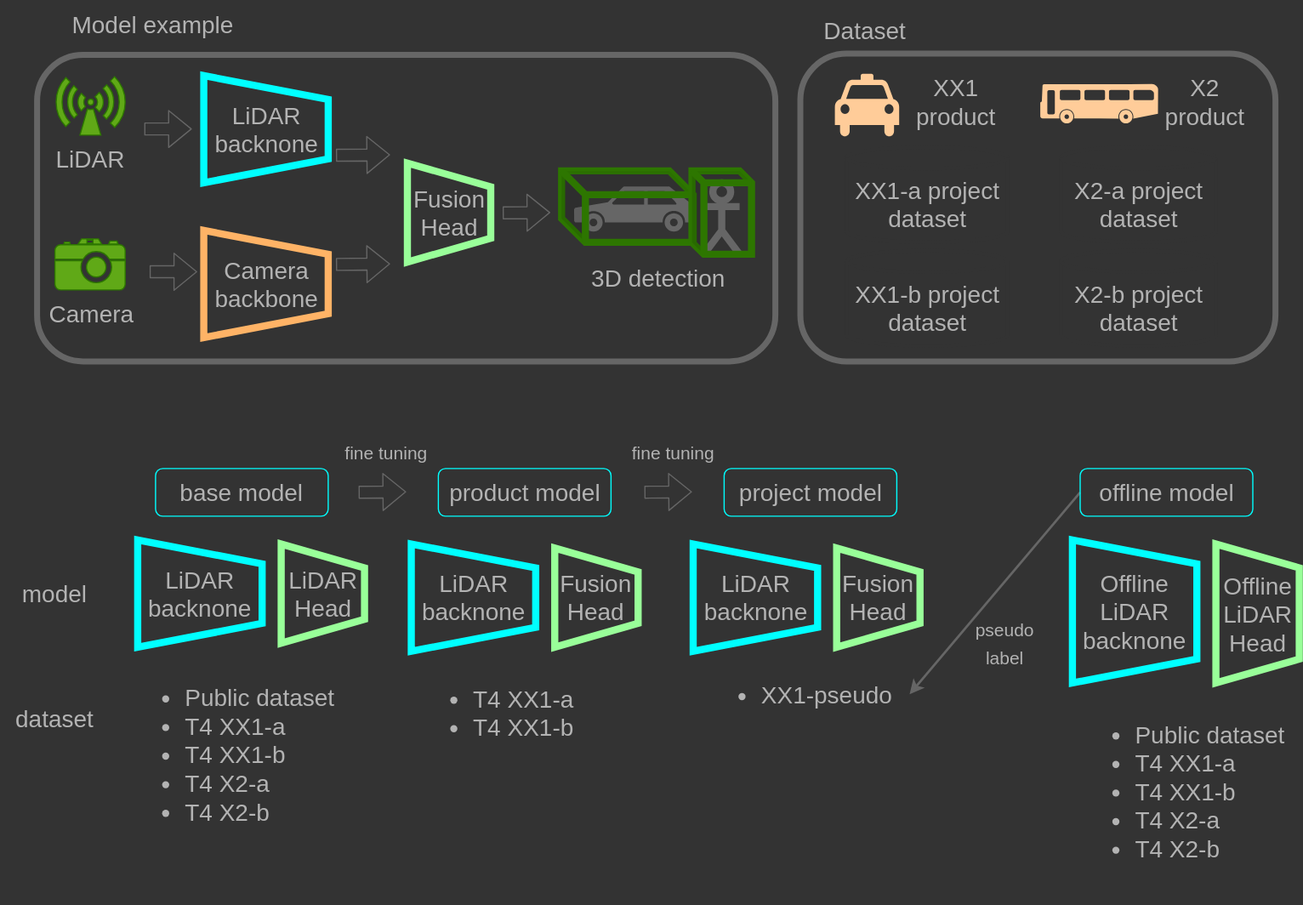
This is docs/fig/model_pipeline.drawio.svg from tier4/AWML, a draw.io export, as it was before one commit. Source tidied: cells renumbered, new cells last; positions are measured from the earlier drawing's top-left corner, leaving out a move shared by most shapes.
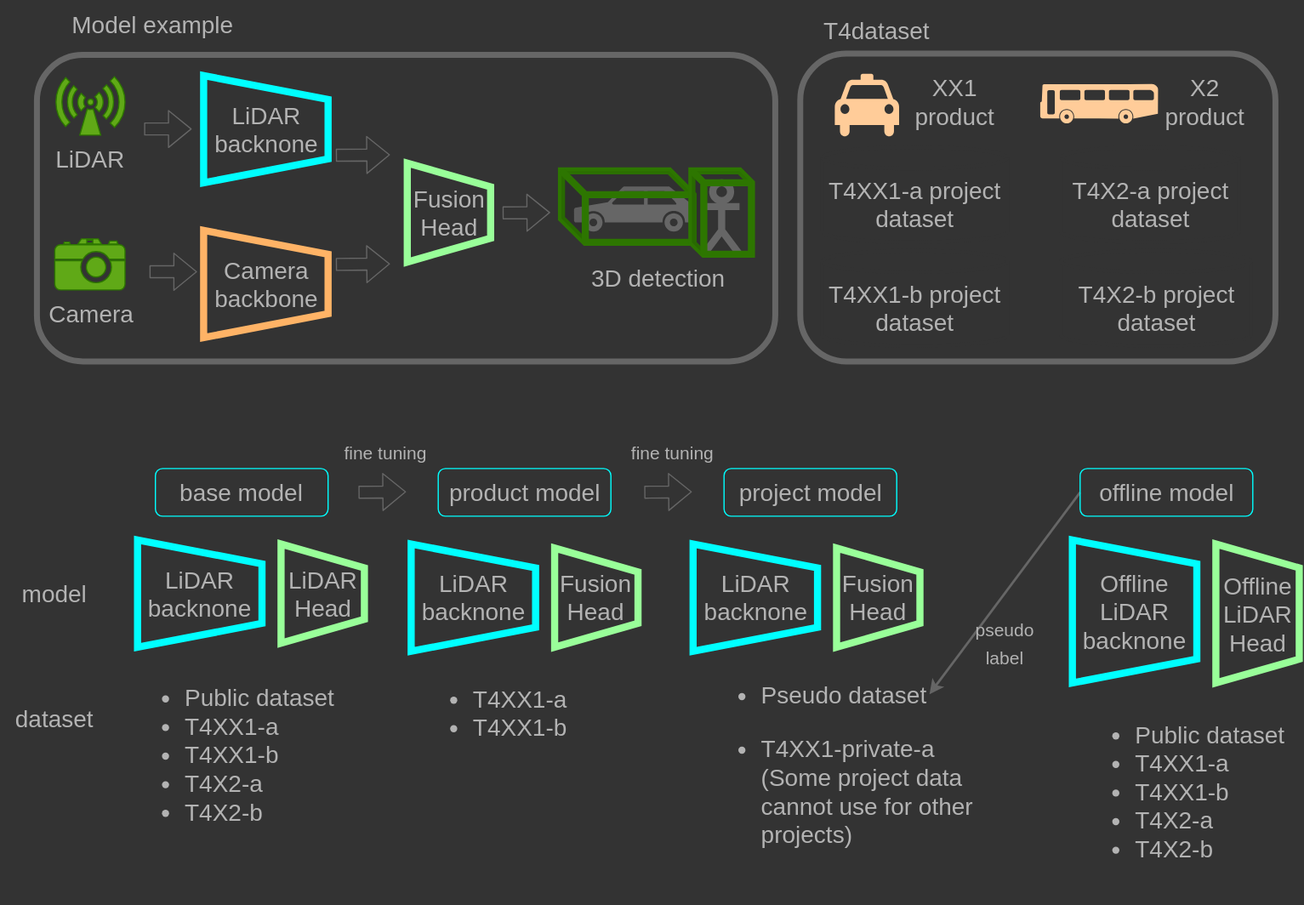
Later version of the same file.

Diff of the diagram source:
```diff
@@ -17,17 +17,17 @@
         <mxPoint x="340.5" y="412.5" as="targetPoint" />
       </mxGeometry>
     </mxCell>
-    <mxCell id="6" value="&lt;ul&gt;&lt;li&gt;&lt;span style=&quot;background-color: initial;&quot;&gt;Public dataset&lt;/span&gt;&lt;/li&gt;&lt;li&gt;&lt;span style=&quot;background-color: initial;&quot;&gt;T4 XX1-a&lt;/span&gt;&lt;/li&gt;&lt;li&gt;&lt;span style=&quot;background-color: initial;&quot;&gt;T4 XX1-b&lt;/span&gt;&lt;/li&gt;&lt;li&gt;&lt;span style=&quot;background-color: initial;&quot;&gt;T4 X2-a&lt;/span&gt;&lt;/li&gt;&lt;li&gt;&lt;span style=&quot;background-color: initial;&quot;&gt;T4 X2-b&lt;/span&gt;&lt;/li&gt;&lt;/ul&gt;" style="text;html=1;strokeColor=none;fillColor=none;align=left;verticalAlign=middle;whiteSpace=wrap;rounded=0;fontSize=20;fontColor=#B3B3B3;" parent="1" vertex="1">
+    <mxCell id="6" value="&lt;ul&gt;&lt;li&gt;&lt;span style=&quot;background-color: initial;&quot;&gt;Public dataset&lt;/span&gt;&lt;/li&gt;&lt;li&gt;&lt;span style=&quot;background-color: initial;&quot;&gt;T4XX1-a&lt;/span&gt;&lt;/li&gt;&lt;li&gt;&lt;span style=&quot;background-color: initial;&quot;&gt;T4XX1-b&lt;/span&gt;&lt;/li&gt;&lt;li&gt;&lt;span style=&quot;background-color: initial;&quot;&gt;T4X2-a&lt;/span&gt;&lt;/li&gt;&lt;li&gt;&lt;span style=&quot;background-color: initial;&quot;&gt;T4X2-b&lt;/span&gt;&lt;/li&gt;&lt;/ul&gt;" style="text;html=1;strokeColor=none;fillColor=none;align=left;verticalAlign=middle;whiteSpace=wrap;rounded=0;fontSize=20;fontColor=#B3B3B3;" parent="1" vertex="1">
       <mxGeometry x="112.5" y="562" width="180" height="141" as="geometry" />
     </mxCell>
     <mxCell id="7" value="&lt;span style=&quot;font-size: 15px;&quot;&gt;fine tuning&lt;/span&gt;" style="text;html=1;strokeColor=none;fillColor=none;align=center;verticalAlign=middle;whiteSpace=wrap;rounded=0;fontSize=20;fontColor=#B3B3B3;" parent="1" vertex="1">
       <mxGeometry x="275" y="363" width="97.5" height="30" as="geometry" />
     </mxCell>
-    <mxCell id="8" value="&lt;font style=&quot;font-size: 20px;&quot;&gt;XX1-a project&lt;br&gt;dataset&lt;/font&gt;" style="shape=cylinder3;whiteSpace=wrap;html=1;boundedLbl=1;backgroundOutline=1;size=9.029619216918945;fontColor=#B3B3B3;fillColor=none;strokeColor=#333333;strokeWidth=3;" parent="1" vertex="1">
-      <mxGeometry x="710.5" y="123" width="135" height="80" as="geometry" />
+    <mxCell id="8" value="&lt;font style=&quot;font-size: 20px;&quot;&gt;T4XX1-a project&lt;br&gt;dataset&lt;/font&gt;" style="shape=cylinder3;whiteSpace=wrap;html=1;boundedLbl=1;backgroundOutline=1;size=9.029619216918945;fontColor=#B3B3B3;fillColor=none;strokeColor=#333333;strokeWidth=3;" parent="1" vertex="1">
+      <mxGeometry x="690" y="123" width="155.5" height="80" as="geometry" />
     </mxCell>
-    <mxCell id="9" value="&lt;font style=&quot;font-size: 20px;&quot;&gt;X2-a project&lt;br&gt;&amp;nbsp;dataset&lt;/font&gt;" style="shape=cylinder3;whiteSpace=wrap;html=1;boundedLbl=1;backgroundOutline=1;size=9.029619216918945;fontColor=#B3B3B3;fillColor=none;strokeColor=#333333;strokeWidth=3;" parent="1" vertex="1">
-      <mxGeometry x="890.5" y="123" width="130" height="80" as="geometry" />
+    <mxCell id="9" value="&lt;font style=&quot;font-size: 20px;&quot;&gt;T4X2-a project&lt;br&gt;&amp;nbsp;dataset&lt;/font&gt;" style="shape=cylinder3;whiteSpace=wrap;html=1;boundedLbl=1;backgroundOutline=1;size=9.029619216918945;fontColor=#B3B3B3;fillColor=none;strokeColor=#333333;strokeWidth=3;" parent="1" vertex="1">
+      <mxGeometry x="890.5" y="123" width="149.5" height="80" as="geometry" />
     </mxCell>
     <mxCell id="10" value="XX1&lt;br&gt;product" style="text;html=1;strokeColor=none;fillColor=none;align=center;verticalAlign=middle;whiteSpace=wrap;rounded=0;fontSize=20;fontColor=#B3B3B3;" parent="1" vertex="1">
       <mxGeometry x="752.5" y="70.1" width="99" height="30" as="geometry" />
@@ -35,11 +35,11 @@
     <mxCell id="11" value="X2&lt;br&gt;product" style="text;html=1;strokeColor=none;fillColor=none;align=center;verticalAlign=middle;whiteSpace=wrap;rounded=0;fontSize=20;fontColor=#B3B3B3;" parent="1" vertex="1">
       <mxGeometry x="970.5" y="70.1" width="81" height="30" as="geometry" />
     </mxCell>
-    <mxCell id="12" value="&lt;font style=&quot;font-size: 20px;&quot;&gt;XX1-b project&lt;br&gt;dataset&lt;/font&gt;" style="shape=cylinder3;whiteSpace=wrap;html=1;boundedLbl=1;backgroundOutline=1;size=9.029619216918945;fontColor=#B3B3B3;fillColor=none;strokeColor=#333333;strokeWidth=3;" parent="1" vertex="1">
-      <mxGeometry x="710.5" y="210" width="135" height="80" as="geometry" />
+    <mxCell id="12" value="&lt;font style=&quot;font-size: 20px;&quot;&gt;T4XX1-b project&lt;br&gt;dataset&lt;/font&gt;" style="shape=cylinder3;whiteSpace=wrap;html=1;boundedLbl=1;backgroundOutline=1;size=9.029619216918945;fontColor=#B3B3B3;fillColor=none;strokeColor=#333333;strokeWidth=3;" parent="1" vertex="1">
+      <mxGeometry x="690" y="210" width="155.5" height="80" as="geometry" />
     </mxCell>
-    <mxCell id="13" value="&lt;font style=&quot;font-size: 20px;&quot;&gt;X2-b project&lt;br&gt;&amp;nbsp;dataset&lt;/font&gt;" style="shape=cylinder3;whiteSpace=wrap;html=1;boundedLbl=1;backgroundOutline=1;size=9.029619216918945;fontColor=#B3B3B3;fillColor=none;strokeColor=#333333;strokeWidth=3;" parent="1" vertex="1">
-      <mxGeometry x="890.5" y="210" width="130" height="80" as="geometry" />
+    <mxCell id="13" value="&lt;font style=&quot;font-size: 20px;&quot;&gt;T4X2-b project&lt;br&gt;&amp;nbsp;dataset&lt;/font&gt;" style="shape=cylinder3;whiteSpace=wrap;html=1;boundedLbl=1;backgroundOutline=1;size=9.029619216918945;fontColor=#B3B3B3;fillColor=none;strokeColor=#333333;strokeWidth=3;" parent="1" vertex="1">
+      <mxGeometry x="890.5" y="210" width="159.5" height="80" as="geometry" />
     </mxCell>
     <mxCell id="14" style="shape=mxgraph.signs.transportation.taxi;html=1;fillColor=#FFCC99;strokeColor=none;verticalLabelPosition=bottom;verticalAlign=top;align=center;sketch=0;fontSize=20;fontColor=#B3B3B3;" parent="1" vertex="1">
       <mxGeometry x="700.5" y="61.4" width="54" height="54" as="geometry" />
@@ -50,8 +50,8 @@
     <mxCell id="16" value="&lt;font style=&quot;font-size: 20px;&quot;&gt;product model&lt;/font&gt;" style="rounded=1;whiteSpace=wrap;html=1;strokeColor=#00FFFF;fillColor=none;fontColor=#B3B3B3;" parent="1" vertex="1">
       <mxGeometry x="367.5" y="393" width="145" height="40" as="geometry" />
     </mxCell>
-    <mxCell id="17" value="&lt;span style=&quot;background-color: initial;&quot;&gt;Dataset&lt;/span&gt;" style="text;html=1;strokeColor=none;fillColor=none;align=center;verticalAlign=middle;whiteSpace=wrap;rounded=0;fontSize=20;fontColor=#B3B3B3;" parent="1" vertex="1">
-      <mxGeometry x="670.5" y="4.6" width="110" height="40" as="geometry" />
+    <mxCell id="17" value="&lt;span style=&quot;background-color: initial;&quot;&gt;T4dataset&lt;/span&gt;" style="text;html=1;strokeColor=none;fillColor=none;align=center;verticalAlign=middle;whiteSpace=wrap;rounded=0;fontSize=20;fontColor=#B3B3B3;" parent="1" vertex="1">
+      <mxGeometry x="670.5" y="4.6" width="129.5" height="40" as="geometry" />
     </mxCell>
     <mxCell id="18" style="shape=mxgraph.signs.tech.camera_2;html=1;fillColor=#60a917;strokeColor=#2D7600;verticalLabelPosition=bottom;verticalAlign=top;align=center;sketch=0;fontColor=#B3B3B3;" parent="1" vertex="1">
       <mxGeometry x="45.5" y="200.1" width="59" height="42.9" as="geometry" />
@@ -170,17 +170,20 @@
     <mxCell id="50" value="&lt;span style=&quot;font-size: 20px;&quot;&gt;Offline&lt;br&gt;LiDAR&lt;br&gt;Head&lt;/span&gt;" style="shape=trapezoid;perimeter=trapezoidPerimeter;whiteSpace=wrap;html=1;fixedSize=1;rotation=0;fillColor=none;fontColor=#B3B3B3;strokeColor=#99FF99;strokeWidth=6;direction=south;" parent="1" vertex="1">
       <mxGeometry x="1020.5" y="456.4" width="70" height="116.6" as="geometry" />
     </mxCell>
-    <mxCell id="51" value="&lt;ul&gt;&lt;li&gt;&lt;span style=&quot;background-color: initial;&quot;&gt;XX1-pseudo&lt;/span&gt;&lt;/li&gt;&lt;/ul&gt;" style="text;html=1;strokeColor=none;fillColor=none;align=left;verticalAlign=middle;whiteSpace=wrap;rounded=0;fontSize=20;fontColor=#B3B3B3;" parent="1" vertex="1">
-      <mxGeometry x="596.8" y="562" width="166.5" height="41" as="geometry" />
+    <mxCell id="51" value="&lt;ul&gt;&lt;li&gt;&lt;span style=&quot;background-color: initial;&quot;&gt;Pseudo dataset&lt;/span&gt;&lt;/li&gt;&lt;/ul&gt;" style="text;html=1;strokeColor=none;fillColor=none;align=left;verticalAlign=middle;whiteSpace=wrap;rounded=0;fontSize=20;fontColor=#B3B3B3;" parent="1" vertex="1">
+      <mxGeometry x="596.8" y="562" width="183.2" height="41" as="geometry" />
     </mxCell>
     <mxCell id="52" value="&lt;span style=&quot;font-size: 15px;&quot;&gt;pseudo label&lt;/span&gt;" style="text;html=1;strokeColor=none;fillColor=none;align=center;verticalAlign=middle;whiteSpace=wrap;rounded=0;fontSize=20;fontColor=#B3B3B3;" parent="1" vertex="1">
       <mxGeometry x="810" y="523" width="67" height="30" as="geometry" />
     </mxCell>
-    <mxCell id="53" value="&lt;ul&gt;&lt;li&gt;&lt;span style=&quot;background-color: initial;&quot;&gt;T4 XX1-a&lt;/span&gt;&lt;br&gt;&lt;/li&gt;&lt;li&gt;&lt;span style=&quot;background-color: initial;&quot;&gt;T4 XX1-b&lt;/span&gt;&lt;/li&gt;&lt;/ul&gt;" style="text;html=1;strokeColor=none;fillColor=none;align=left;verticalAlign=middle;whiteSpace=wrap;rounded=0;fontSize=20;fontColor=#B3B3B3;" parent="1" vertex="1">
+    <mxCell id="53" value="&lt;ul&gt;&lt;li&gt;&lt;span style=&quot;background-color: initial;&quot;&gt;T4XX1-a&lt;/span&gt;&lt;br&gt;&lt;/li&gt;&lt;li&gt;&lt;span style=&quot;background-color: initial;&quot;&gt;T4XX1-b&lt;/span&gt;&lt;/li&gt;&lt;/ul&gt;" style="text;html=1;strokeColor=none;fillColor=none;align=left;verticalAlign=middle;whiteSpace=wrap;rounded=0;fontSize=20;fontColor=#B3B3B3;" parent="1" vertex="1">
       <mxGeometry x="355.2" y="562" width="180" height="71" as="geometry" />
     </mxCell>
-    <mxCell id="54" value="&lt;ul&gt;&lt;li&gt;&lt;span style=&quot;background-color: initial;&quot;&gt;Public dataset&lt;/span&gt;&lt;/li&gt;&lt;li&gt;&lt;span style=&quot;background-color: initial;&quot;&gt;T4 XX1-a&lt;/span&gt;&lt;/li&gt;&lt;li&gt;&lt;span style=&quot;background-color: initial;&quot;&gt;T4 XX1-b&lt;/span&gt;&lt;/li&gt;&lt;li&gt;&lt;span style=&quot;background-color: initial;&quot;&gt;T4 X2-a&lt;/span&gt;&lt;/li&gt;&lt;li&gt;&lt;span style=&quot;background-color: initial;&quot;&gt;T4 X2-b&lt;/span&gt;&lt;/li&gt;&lt;/ul&gt;" style="text;html=1;strokeColor=none;fillColor=none;align=left;verticalAlign=middle;whiteSpace=wrap;rounded=0;fontSize=20;fontColor=#B3B3B3;" parent="1" vertex="1">
+    <mxCell id="54" value="&lt;ul&gt;&lt;li&gt;&lt;span style=&quot;background-color: initial;&quot;&gt;Public dataset&lt;/span&gt;&lt;/li&gt;&lt;li&gt;&lt;span style=&quot;background-color: initial;&quot;&gt;T4XX1-a&lt;/span&gt;&lt;/li&gt;&lt;li&gt;&lt;span style=&quot;background-color: initial;&quot;&gt;T4XX1-b&lt;/span&gt;&lt;/li&gt;&lt;li&gt;&lt;span style=&quot;background-color: initial;&quot;&gt;T4X2-a&lt;/span&gt;&lt;/li&gt;&lt;li&gt;&lt;span style=&quot;background-color: initial;&quot;&gt;T4X2-b&lt;/span&gt;&lt;/li&gt;&lt;/ul&gt;" style="text;html=1;strokeColor=none;fillColor=none;align=left;verticalAlign=middle;whiteSpace=wrap;rounded=0;fontSize=20;fontColor=#B3B3B3;" parent="1" vertex="1">
       <mxGeometry x="910.5" y="593" width="180" height="141" as="geometry" />
     </mxCell>
+    <mxCell id="55" value="&lt;ul&gt;&lt;li&gt;&lt;span style=&quot;background-color: initial;&quot;&gt;T4XX1-private-a&lt;br&gt;(Some project data cannot use for other projects)&amp;nbsp;&lt;/span&gt;&lt;/li&gt;&lt;/ul&gt;" style="text;html=1;strokeColor=none;fillColor=none;align=left;verticalAlign=middle;whiteSpace=wrap;rounded=0;fontSize=20;fontColor=#B3B3B3;" parent="1" vertex="1">
+      <mxGeometry x="596.8" y="608.5" width="233.2" height="110" as="geometry" />
+    </mxCell>
   </root>
 </mxGraphModel>
```
